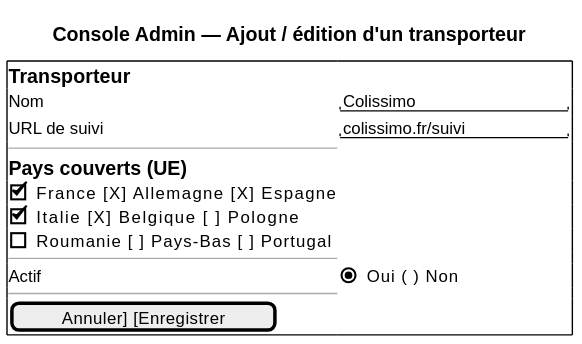
Above: architecture/04-physical-architecture/diagrams/ihm-admin-form-transporteur.svg in louistalvande/online_shop (PlantUML), before the change.
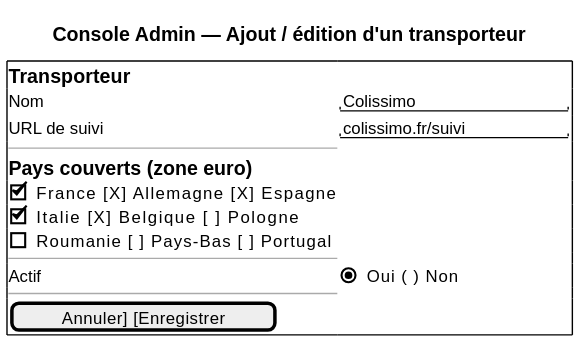
After the change.

Change to the diagram source:
```diff
@@ -6,7 +6,7 @@
   Nom               | "Colissimo           "
   URL de suivi      | "colissimo.fr/suivi  "
   --
-  == Pays couverts (UE)
+  == Pays couverts (zone euro)
   [X] France        [X] Allemagne   [X] Espagne
   [X] Italie        [X] Belgique    [ ] Pologne
   [ ] Roumanie      [ ] Pays-Bas    [ ] Portugal
```
